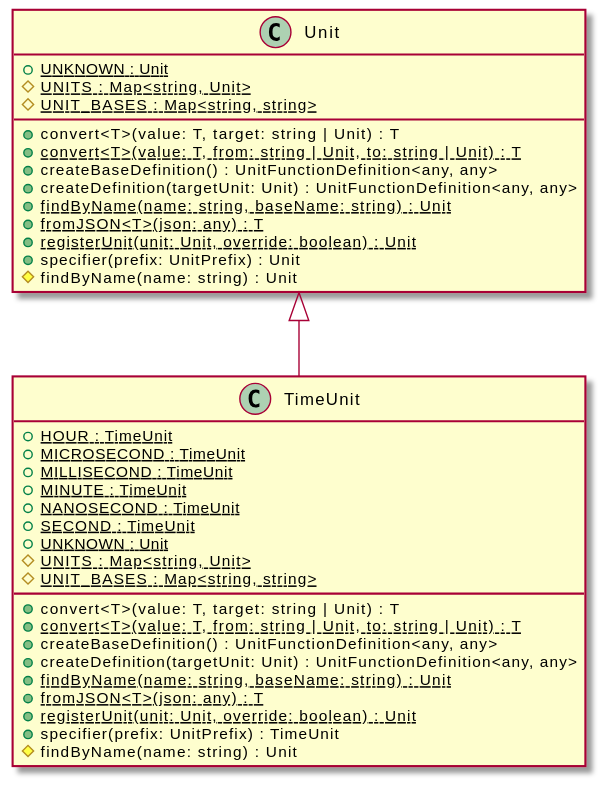
Above: assets/TimeUnit-umlClassDiagram-894.svg in OpenHPS/openhps-core (PlantUML), before the change. Source of this version:
```plantuml
@startuml
skinparam BackgroundColor transparent
hide empty methods
hide empty fields
class "TimeUnit" {
    {static} +HOUR : TimeUnit
    {static} +MICROSECOND : TimeUnit
    {static} +MILLISECOND : TimeUnit
    {static} +MINUTE : TimeUnit
    {static} +NANOSECOND : TimeUnit
    {static} +SECOND : TimeUnit
    {static} +UNKNOWN : Unit
    {static} #UNITS : Map<string, Unit>
    {static} #UNIT_BASES : Map<string, string>
    +convert<T>(value: T, target: string | Unit) : T
    {static} +convert<T>(value: T, from: string | Unit, to: string | Unit) : T
    +createBaseDefinition() : UnitFunctionDefinition<any, any>
    +createDefinition(targetUnit: Unit) : UnitFunctionDefinition<any, any>
    {static} +findByName(name: string, baseName: string) : Unit
    {static} +fromJSON<T>(json: any) : T
    {static} +registerUnit(unit: Unit, override: boolean) : Unit
    +specifier(prefix: UnitPrefix) : TimeUnit
    #findByName(name: string) : Unit
}
class "Unit" {
    {static} +UNKNOWN : Unit
    {static} #UNITS : Map<string, Unit>
    {static} #UNIT_BASES : Map<string, string>
    +convert<T>(value: T, target: string | Unit) : T
    {static} +convert<T>(value: T, from: string | Unit, to: string | Unit) : T
    +createBaseDefinition() : UnitFunctionDefinition<any, any>
    +createDefinition(targetUnit: Unit) : UnitFunctionDefinition<any, any>
    {static} +findByName(name: string, baseName: string) : Unit
    {static} +fromJSON<T>(json: any) : T
    {static} +registerUnit(unit: Unit, override: boolean) : Unit
    +specifier(prefix: UnitPrefix) : Unit
    #findByName(name: string) : Unit
}
"Unit" <|-- "TimeUnit"
@enduml
```
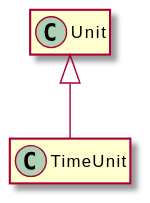
After the commit.

Diff of the diagram source:
```diff
@@ -3,38 +3,8 @@
 hide empty methods
 hide empty fields
 class "TimeUnit" {
-    {static} +HOUR : TimeUnit
-    {static} +MICROSECOND : TimeUnit
-    {static} +MILLISECOND : TimeUnit
-    {static} +MINUTE : TimeUnit
-    {static} +NANOSECOND : TimeUnit
-    {static} +SECOND : TimeUnit
-    {static} +UNKNOWN : Unit
-    {static} #UNITS : Map<string, Unit>
-    {static} #UNIT_BASES : Map<string, string>
-    +convert<T>(value: T, target: string | Unit) : T
-    {static} +convert<T>(value: T, from: string | Unit, to: string | Unit) : T
-    +createBaseDefinition() : UnitFunctionDefinition<any, any>
-    +createDefinition(targetUnit: Unit) : UnitFunctionDefinition<any, any>
-    {static} +findByName(name: string, baseName: string) : Unit
-    {static} +fromJSON<T>(json: any) : T
-    {static} +registerUnit(unit: Unit, override: boolean) : Unit
-    +specifier(prefix: UnitPrefix) : TimeUnit
-    #findByName(name: string) : Unit
 }
 class "Unit" {
-    {static} +UNKNOWN : Unit
-    {static} #UNITS : Map<string, Unit>
-    {static} #UNIT_BASES : Map<string, string>
-    +convert<T>(value: T, target: string | Unit) : T
-    {static} +convert<T>(value: T, from: string | Unit, to: string | Unit) : T
-    +createBaseDefinition() : UnitFunctionDefinition<any, any>
-    +createDefinition(targetUnit: Unit) : UnitFunctionDefinition<any, any>
-    {static} +findByName(name: string, baseName: string) : Unit
-    {static} +fromJSON<T>(json: any) : T
-    {static} +registerUnit(unit: Unit, override: boolean) : Unit
-    +specifier(prefix: UnitPrefix) : Unit
-    #findByName(name: string) : Unit
 }
 "Unit" <|-- "TimeUnit"
 @enduml
```
